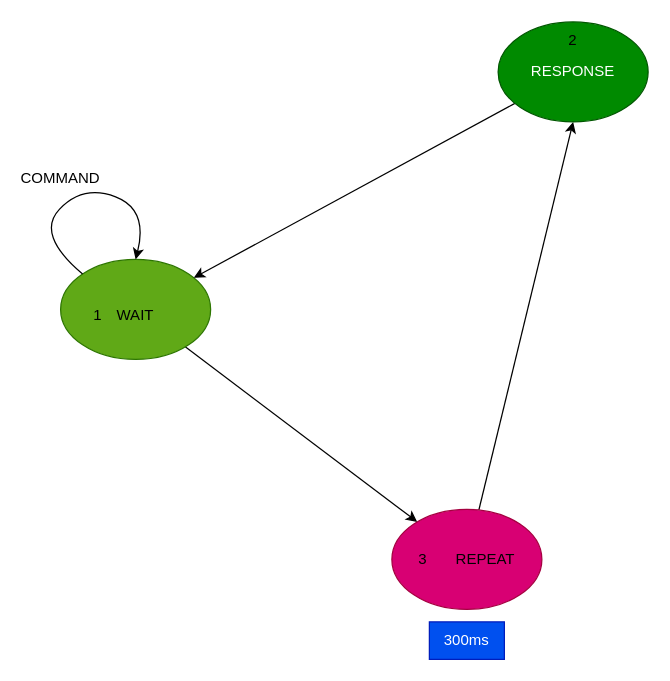
Above: Lab5/demo.drawio in vietlecd/STM32_LAB2 (draw.io), before the change. Source tidied: cells renumbered, new cells numbered last; positions are measured from the earlier drawing's top-left corner, leaving out a move shared by most shapes. Both pictures are drawn from the tidied source at 125%, with x=0, y=0 at pixel (22, 21).
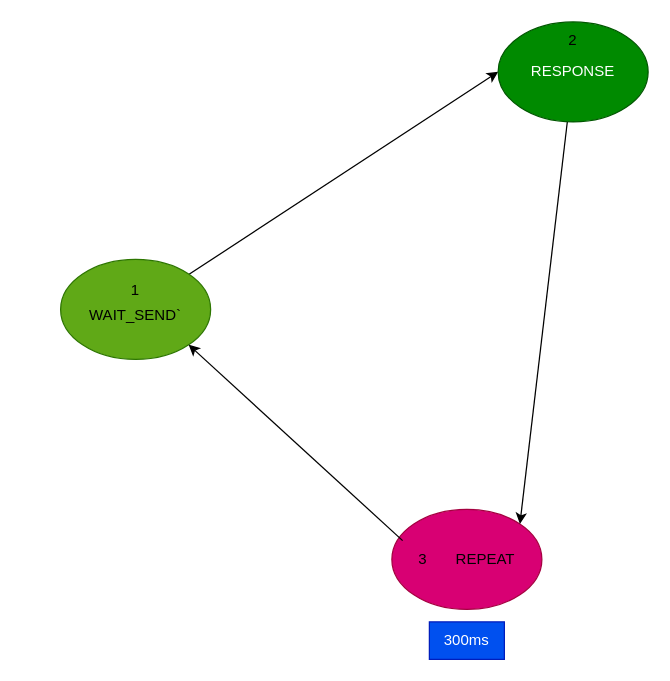
The same page after the edit.

Diff of the diagram source:
```diff
@@
 <mxGraphModel>
   <root>
     <mxCell id="0" />
     <mxCell id="1" parent="0" />
-    <mxCell id="2" style="edgeStyle=none;html=1;" parent="1" edge="1" source="3" target="5">
-      <mxGeometry relative="1" as="geometry" />
-    </mxCell>
+    <mxCell id="16" style="edgeStyle=none;html=1;entryX=0;entryY=0.5;entryDx=0;entryDy=0;" parent="1" edge="1" source="3" target="9">
+      <mxGeometry relative="1" as="geometry" />
+    </mxCell>
     <mxCell id="3" style="ellipse;whiteSpace=wrap;html=1;fillColor=#60a917;fontColor=#ffffff;strokeColor=#2D7600;" parent="1" vertex="1">
       <mxGeometry x="30" y="190" width="120" height="80" as="geometry" />
     </mxCell>
-    <mxCell id="4" style="edgeStyle=none;html=1;entryX=0.5;entryY=1;entryDx=0;entryDy=0;" parent="1" edge="1" source="5" target="9">
-      <mxGeometry relative="1" as="geometry" />
-    </mxCell>
     <mxCell id="5" style="ellipse;whiteSpace=wrap;html=1;fillColor=#d80073;fontColor=#ffffff;strokeColor=#A50040;" parent="1" vertex="1">
       <mxGeometry x="295" y="390" width="120" height="80" as="geometry" />
     </mxCell>
-    <mxCell id="6" value="WAIT" style="text;html=1;strokeColor=none;fillColor=none;align=center;verticalAlign=middle;whiteSpace=wrap;rounded=0;" parent="1" vertex="1">
+    <mxCell id="6" value="WAIT_SEND`" style="text;html=1;strokeColor=none;fillColor=none;align=center;verticalAlign=middle;whiteSpace=wrap;rounded=0;" parent="1" vertex="1">
       <mxGeometry x="60" y="220" width="60" height="30" as="geometry" />
     </mxCell>
     <mxCell id="7" value="REPEAT" style="text;html=1;strokeColor=none;fillColor=none;align=center;verticalAlign=middle;whiteSpace=wrap;rounded=0;" parent="1" vertex="1">
       <mxGeometry x="340" y="415" width="60" height="30" as="geometry" />
     </mxCell>
-    <mxCell id="8" style="edgeStyle=none;html=1;" parent="1" edge="1" source="9" target="3">
-      <mxGeometry relative="1" as="geometry" />
-    </mxCell>
+    <mxCell id="17" style="edgeStyle=none;html=1;entryX=1;entryY=0;entryDx=0;entryDy=0;" parent="1" edge="1" source="9" target="5">
+      <mxGeometry relative="1" as="geometry" />
+    </mxCell>
     <mxCell id="9" value="RESPONSE" style="ellipse;whiteSpace=wrap;html=1;fillColor=#008a00;fontColor=#ffffff;strokeColor=#005700;" parent="1" vertex="1">
       <mxGeometry x="380" width="120" height="80" as="geometry" />
     </mxCell>
     <mxCell id="10" value="1" style="text;html=1;strokeColor=none;fillColor=none;align=center;verticalAlign=middle;whiteSpace=wrap;rounded=0;" parent="1" vertex="1">
-      <mxGeometry x="30" y="220" width="60" height="30" as="geometry" />
+      <mxGeometry x="60" y="200" width="60" height="30" as="geometry" />
     </mxCell>
+    <mxCell id="18" style="edgeStyle=none;html=1;entryX=1;entryY=1;entryDx=0;entryDy=0;" parent="1" edge="1" source="11" target="3">
+      <mxGeometry relative="1" as="geometry" />
+    </mxCell>
     <mxCell id="11" value="3" style="text;html=1;strokeColor=none;fillColor=none;align=center;verticalAlign=middle;whiteSpace=wrap;rounded=0;" parent="1" vertex="1">
       <mxGeometry x="290" y="415" width="60" height="30" as="geometry" />
     </mxCell>
     <mxCell id="12" value="2" style="text;html=1;strokeColor=none;fillColor=none;align=center;verticalAlign=middle;whiteSpace=wrap;rounded=0;" parent="1" vertex="1">
       <mxGeometry x="410" width="60" height="30" as="geometry" />
     </mxCell>
-    <mxCell id="13" style="curved=1;endArrow=classic;html=1;exitX=0;exitY=0;exitDx=0;exitDy=0;entryX=0.5;entryY=0;entryDx=0;entryDy=0;" parent="1" edge="1" source="3" target="3">
-      <mxGeometry relative="1" as="geometry">
-        <Array as="points">
-          <mxPoint x="10" y="170" />
-          <mxPoint x="48" y="130" />
-          <mxPoint x="100" y="150" />
-        </Array>
-      </mxGeometry>
-    </mxCell>
     <mxCell id="14" value="300ms" style="text;html=1;strokeColor=#001DBC;fillColor=#0050ef;align=center;verticalAlign=middle;whiteSpace=wrap;rounded=0;fontColor=#ffffff;" parent="1" vertex="1">
       <mxGeometry x="325" y="480" width="60" height="30" as="geometry" />
     </mxCell>
-    <mxCell id="15" value="COMMAND&lt;br&gt;" style="text;html=1;strokeColor=none;fillColor=none;align=center;verticalAlign=middle;whiteSpace=wrap;rounded=0;" parent="1" vertex="1">
-      <mxGeometry y="110" width="60" height="30" as="geometry" />
-    </mxCell>
   </root>
 </mxGraphModel>
```
